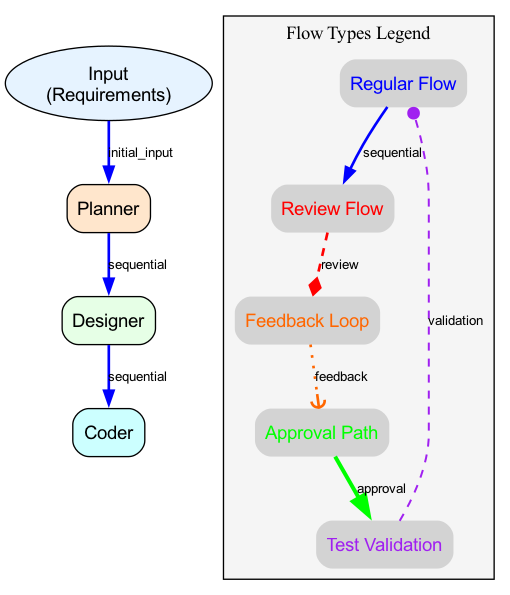
This is docs/workflow_visualizations/full_workflow_enhanced_flow.cairo.cairo.png from CodeBlackwell/Agent_Blackwell, a Graphviz export, as it was before one commit. Its source is kept beside it as docs/workflow_visualizations/full_workflow_enhanced_flow.dot.
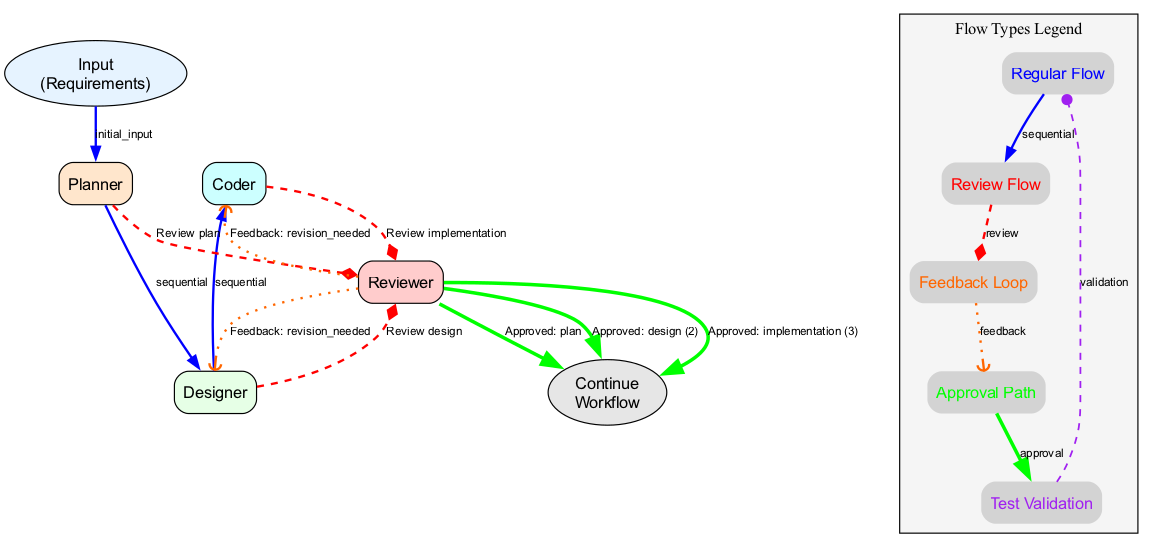
After the change.

What changed in the source:
```diff
@@ -3,11 +3,22 @@
 	node [fontname=Arial shape=box style="rounded,filled"]
 	edge [fontname=Arial fontsize=10]
 	coder_agent [label=Coder fillcolor="#CCFFFF"]
+	designer_agent [label=Designer fillcolor="#E6FFE6"]
 	input [label="Input
 (Requirements)" fillcolor="#E6F3FF" shape=ellipse]
-	designer_agent [label=Designer fillcolor="#E6FFE6"]
 	planner_agent [label=Planner fillcolor="#FFE6CC"]
+	workflow_continuation [label="Continue
+Workflow" fillcolor="#E6E6E6" shape=ellipse]
+	reviewer_agent [label=Reviewer fillcolor="#FFCCCC"]
 	input -> planner_agent [label=initial_input color=blue penwidth=2 style=solid]
+	planner_agent -> reviewer_agent [label="Review plan" arrowhead=diamond color=red penwidth=2 style=dashed]
+	reviewer_agent -> workflow_continuation [label="Approved: plan" arrowhead=normal arrowsize=1.5 color=green penwidth=3 style=bold]
+	designer_agent -> reviewer_agent [label="Review design" arrowhead=diamond color=red penwidth=2 style=dashed]
+	reviewer_agent -> workflow_continuation [label="Approved: design (2)" arrowhead=normal arrowsize=1.5 color=green penwidth=3 style=bold]
+	reviewer_agent -> designer_agent [label="Feedback: revision_needed" arrowhead=curve color="#FF6600" penwidth=2 style=dotted]
+	coder_agent -> reviewer_agent [label="Review implementation" arrowhead=diamond color=red penwidth=2 style=dashed]
+	reviewer_agent -> workflow_continuation [label="Approved: implementation (3)" arrowhead=normal arrowsize=1.5 color=green penwidth=3 style=bold]
+	reviewer_agent -> coder_agent [label="Feedback: revision_needed" arrowhead=curve color="#FF6600" penwidth=2 style=dotted]
 	planner_agent -> designer_agent [label=sequential color=blue penwidth=2 style=solid]
 	designer_agent -> coder_agent [label=sequential color=blue penwidth=2 style=solid]
 	subgraph cluster_legend {
```
